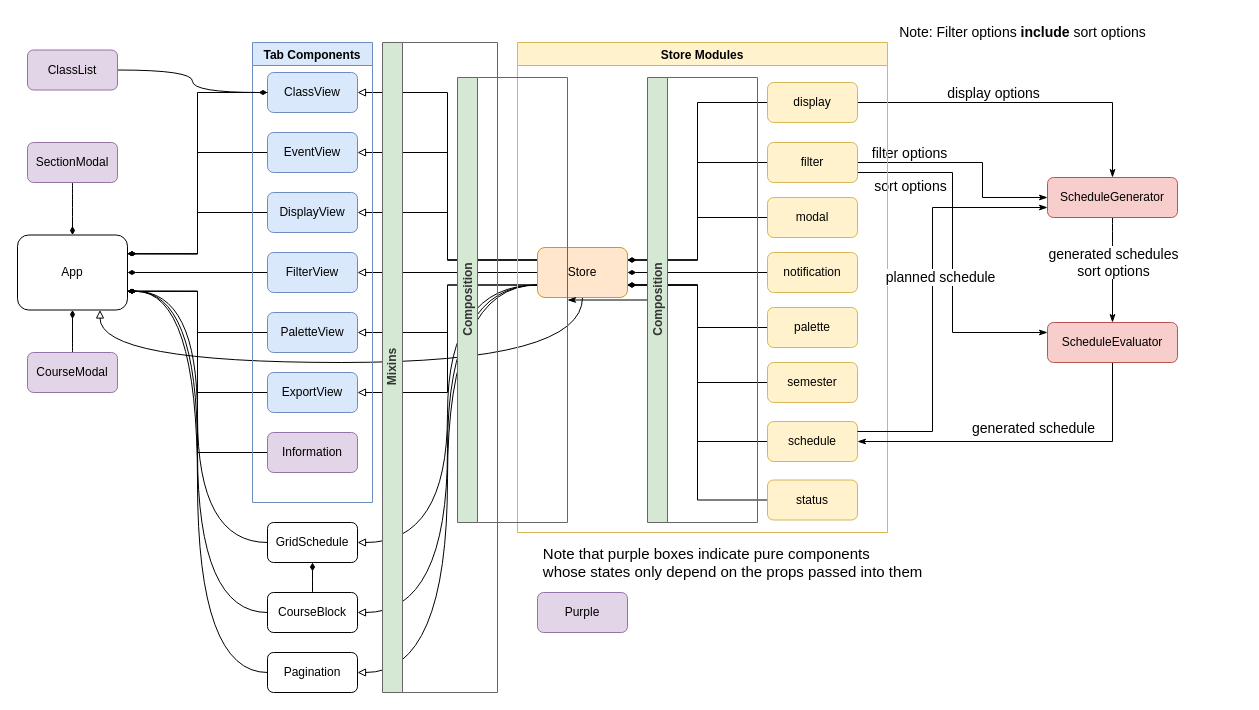
awesome-schedule/plannable keeps this draw.io diagram as docs/Website Architecture.drawio. Above is the earlier version. Source tidied: cells renumbered, new cells numbered last; positions are measured from the earlier drawing's top-left corner, leaving out a move shared by most shapes. Both pictures are drawn from the tidied source at 100%, with x=0, y=0 at pixel (17, 22).
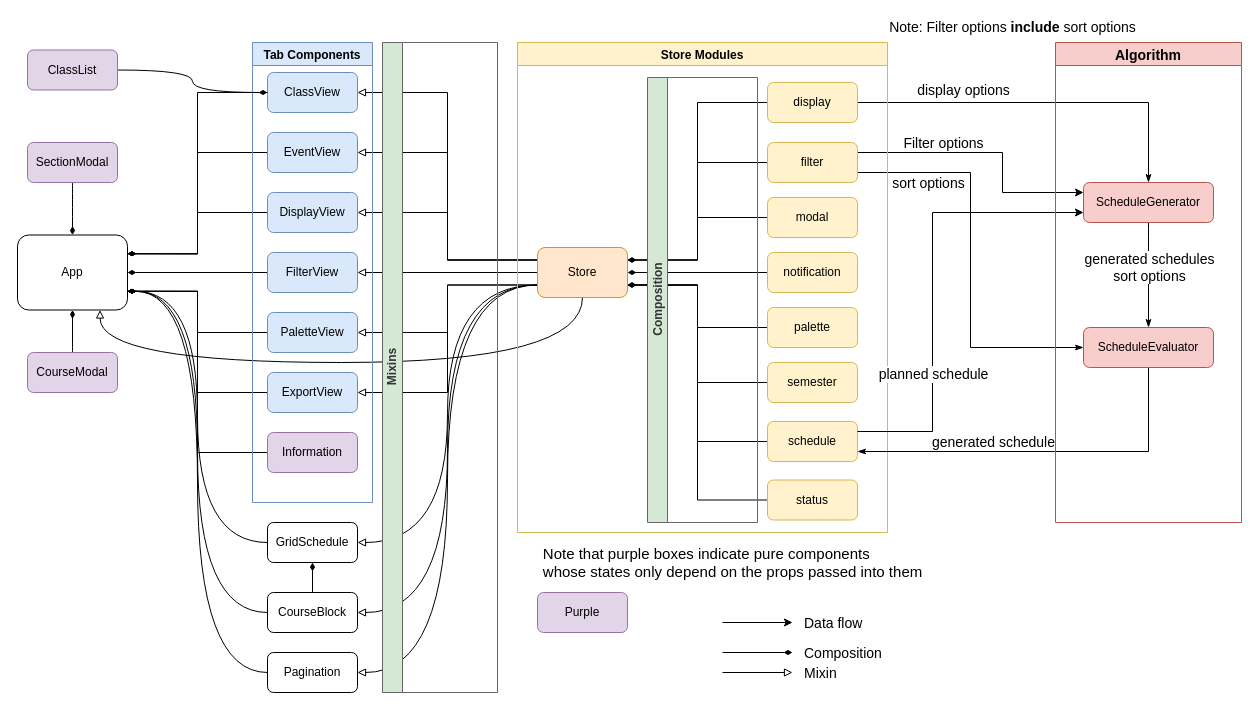
The same diagram, later.

The change refers to these unchanged cells:
```xml
<mxCell id="26" value="filter" style="rounded=1;whiteSpace=wrap;html=1;fillColor=#fff2cc;strokeColor=#d6b656;" parent="1" vertex="1">
  <mxGeometry x="750" y="120" width="90" height="40" as="geometry" />
</mxCell>
<mxCell id="29" style="edgeStyle=orthogonalEdgeStyle;rounded=0;jettySize=auto;html=1;entryX=0.5;entryY=0;entryDx=0;entryDy=0;startArrow=none;startFill=0;endArrow=classicThin;endFill=1;fontSize=15;" parent="1" edge="1" source="31" target="73">
  <mxGeometry relative="1" as="geometry" />
</mxCell>
<mxCell id="49" value="Store Modules" style="swimlane;startSize=23;fillColor=#fff2cc;strokeColor=#d6b656;" parent="1" vertex="1">
  <mxGeometry x="500" y="20" width="370" height="490" as="geometry" />
</mxCell>
<mxCell id="53" value="schedule" style="rounded=1;whiteSpace=wrap;html=1;fillColor=#fff2cc;strokeColor=#d6b656;" parent="49" vertex="1">
  <mxGeometry x="250" y="379" width="90" height="40" as="geometry" />
</mxCell>
<mxCell id="54" value="Composition" style="swimlane;html=1;horizontal=0;startSize=20;fillColor=#D5E8D4;strokeColor=#666666;fontColor=#333333;shadow=0;glass=0;noLabel=0;" parent="49" vertex="1">
  <mxGeometry x="130" y="35" width="110" height="445" as="geometry" />
</mxCell>
```

What changed in the source:
```diff
@@
-    <mxCell id="22" style="edgeStyle=orthogonalEdgeStyle;rounded=0;jettySize=auto;html=1;startArrow=none;startFill=0;endArrow=classicThin;endFill=1;fontSize=14;entryX=0;entryY=0.5;entryDx=0;entryDy=0;" parent="1" edge="1" source="26" target="73">
-      <mxGeometry relative="1" as="geometry">
-        <Array as="points">
-          <mxPoint x="965" y="140" />
-          <mxPoint x="965" y="175" />
-        </Array>
-      </mxGeometry>
-    </mxCell>
-    <mxCell id="23" value="filter options" style="text;html=1;align=center;verticalAlign=middle;labelBackgroundColor=#ffffff;fontSize=14;" parent="22" vertex="1">
-      <mxGeometry x="-0.33" y="11" relative="1" as="geometry">
-        <mxPoint x="-24" y="1" as="offset" />
-      </mxGeometry>
-    </mxCell>
-    <mxCell id="24" style="edgeStyle=orthogonalEdgeStyle;rounded=0;jettySize=auto;html=1;exitX=1;exitY=0.75;exitDx=0;exitDy=0;entryX=0;entryY=0.25;entryDx=0;entryDy=0;startArrow=none;startFill=0;endArrow=classicThin;endFill=1;fontSize=14;" parent="1" edge="1" source="26" target="76">
+    <mxCell id="24" style="edgeStyle=orthogonalEdgeStyle;rounded=0;jettySize=auto;html=1;exitX=1;exitY=0.75;exitDx=0;exitDy=0;entryX=0;entryY=0.5;entryDx=0;entryDy=0;startArrow=none;startFill=0;endArrow=classicThin;endFill=1;fontSize=14;" parent="1" edge="1" source="26" target="76">
       <mxGeometry relative="1" as="geometry" />
     </mxCell>
     <mxCell id="25" value="sort options" style="text;html=1;align=center;verticalAlign=middle;labelBackgroundColor=#ffffff;fontSize=14;" parent="24" vertex="1">
       <mxGeometry x="0.28" y="12" relative="1" as="geometry">
-        <mxPoint x="-55" y="-116" as="offset" />
+        <mxPoint x="-55" y="-134" as="offset" />
       </mxGeometry>
     </mxCell>
+    <mxCell id="22" style="edgeStyle=orthogonalEdgeStyle;rounded=0;jettySize=auto;html=1;exitX=1;exitY=0.25;exitDx=0;exitDy=0;entryX=0;entryY=0.25;entryDx=0;entryDy=0;" parent="1" edge="1" source="26" target="73">
+      <mxGeometry relative="1" as="geometry">
+        <Array as="points">
+          <mxPoint x="985" y="130" />
+          <mxPoint x="985" y="170" />
+        </Array>
+      </mxGeometry>
+    </mxCell>
+    <mxCell id="80" value="Filter options" style="text;html=1;align=center;verticalAlign=middle;labelBackgroundColor=#ffffff;fontSize=14;" parent="22" vertex="1">
+      <mxGeometry x="-0.21" relative="1" as="geometry">
+        <mxPoint x="-20" y="-10" as="offset" />
+      </mxGeometry>
+    </mxCell>
@@
     <mxCell id="30" value="display options" style="text;html=1;align=center;verticalAlign=middle;labelBackgroundColor=#ffffff;fontSize=14;" parent="29" vertex="1">
       <mxGeometry x="0.14" y="1" relative="1" as="geometry">
-        <mxPoint x="-53" y="-9" as="offset" />
+        <mxPoint x="-106" y="-11.5" as="offset" />
       </mxGeometry>
     </mxCell>
@@
-    <mxCell id="50" style="edgeStyle=orthogonalEdgeStyle;rounded=0;jettySize=auto;html=1;startArrow=none;startFill=0;endArrow=classicThin;endFill=1;fontSize=14;" parent="49" edge="1" source="54" target="51">
-      <mxGeometry relative="1" as="geometry" />
-    </mxCell>
-    <mxCell id="51" value="Composition" style="swimlane;html=1;horizontal=0;startSize=20;fillColor=#D5E8D4;strokeColor=#666666;fontColor=#333333;shadow=0;glass=0;noLabel=0;" parent="49" vertex="1">
-      <mxGeometry x="-60" y="35" width="110" height="445" as="geometry" />
-    </mxCell>
@@
     <mxCell id="73" value="ScheduleGenerator" style="rounded=1;whiteSpace=wrap;html=1;fillColor=#f8cecc;strokeColor=#b85450;" parent="1" vertex="1">
-      <mxGeometry x="1030" y="155" width="130" height="40" as="geometry" />
+      <mxGeometry x="1066" y="160" width="130" height="40" as="geometry" />
     </mxCell>
-    <mxCell id="74" style="edgeStyle=orthogonalEdgeStyle;rounded=0;jettySize=auto;html=1;exitX=0.5;exitY=1;exitDx=0;exitDy=0;entryX=1;entryY=0.5;entryDx=0;entryDy=0;startArrow=none;startFill=0;endArrow=classicThin;endFill=1;fontSize=14;" parent="1" edge="1" source="76" target="53">
+    <mxCell id="74" style="edgeStyle=orthogonalEdgeStyle;rounded=0;jettySize=auto;html=1;exitX=0.5;exitY=1;exitDx=0;exitDy=0;entryX=1;entryY=0.75;entryDx=0;entryDy=0;startArrow=none;startFill=0;endArrow=classicThin;endFill=1;fontSize=14;" parent="1" edge="1" source="76" target="53">
       <mxGeometry relative="1" as="geometry" />
     </mxCell>
-    <mxCell id="75" value="generated schedule" style="text;html=1;align=center;verticalAlign=middle;labelBackgroundColor=#ffffff;fontSize=14;" parent="74" vertex="1">
+    <mxCell id="75" value="generated schedule" style="text;html=1;align=center;verticalAlign=middle;labelBackgroundColor=#ffffff;fontSize=14;direction=south;" parent="74" vertex="1">
       <mxGeometry x="-0.09" y="-69" relative="1" as="geometry">
-        <mxPoint x="-7" y="55" as="offset" />
+        <mxPoint x="-69" y="59" as="offset" />
       </mxGeometry>
     </mxCell>
     <mxCell id="76" value="ScheduleEvaluator" style="rounded=1;whiteSpace=wrap;html=1;fillColor=#f8cecc;strokeColor=#b85450;" parent="1" vertex="1">
-      <mxGeometry x="1030" y="300" width="130" height="40" as="geometry" />
+      <mxGeometry x="1066" y="305" width="130" height="40" as="geometry" />
     </mxCell>
     <mxCell id="77" value="Note: Filter options &lt;b&gt;include&lt;/b&gt; sort options" style="text;html=1;align=center;verticalAlign=middle;fillColor=none;strokeColor=none;rounded=0;shadow=0;glass=0;fontSize=14;" parent="1" vertex="1">
-      <mxGeometry x="875" width="260" height="20" as="geometry" />
+      <mxGeometry x="865" y="-5" width="260" height="20" as="geometry" />
     </mxCell>
-    <mxCell id="78" style="edgeStyle=orthogonalEdgeStyle;rounded=0;jettySize=auto;html=1;exitX=1;exitY=0.25;exitDx=0;exitDy=0;entryX=0;entryY=0.75;entryDx=0;entryDy=0;startArrow=none;startFill=0;endArrow=classicThin;endFill=1;fontSize=14;" parent="1" edge="1" source="53" target="73">
+    <mxCell id="78" style="edgeStyle=orthogonalEdgeStyle;rounded=0;jettySize=auto;html=1;exitX=1;exitY=0.25;exitDx=0;exitDy=0;entryX=0;entryY=0.75;entryDx=0;entryDy=0;" parent="1" edge="1" source="53" target="73">
       <mxGeometry relative="1" as="geometry">
         <Array as="points">
           <mxPoint x="915" y="409" />
-          <mxPoint x="915" y="185" />
+          <mxPoint x="915" y="190" />
         </Array>
       </mxGeometry>
     </mxCell>
-    <mxCell id="79" value="planned schedule" style="text;html=1;align=center;verticalAlign=middle;labelBackgroundColor=#ffffff;fontSize=14;" parent="78" vertex="1">
-      <mxGeometry x="0.17" y="-4" relative="1" as="geometry">
-        <mxPoint x="3" y="12" as="offset" />
+    <mxCell id="79" value="&lt;span style=&quot;font-size: 14px;&quot;&gt;planned schedule&lt;/span&gt;" style="text;html=1;align=center;verticalAlign=middle;labelBackgroundColor=#ffffff;fontSize=14;" parent="78" vertex="1">
+      <mxGeometry x="-0.32" relative="1" as="geometry">
+        <mxPoint y="18" as="offset" />
       </mxGeometry>
     </mxCell>
+    <mxCell id="81" style="edgeStyle=orthogonalEdgeStyle;rounded=0;orthogonalLoop=1;jettySize=auto;html=1;fontSize=14;" parent="1" edge="1">
+      <mxGeometry relative="1" as="geometry">
+        <mxPoint x="705" y="600" as="sourcePoint" />
+        <mxPoint x="775" y="600" as="targetPoint" />
+      </mxGeometry>
+    </mxCell>
+    <mxCell id="82" value="Data flow" style="text;html=1;align=left;verticalAlign=top;spacingTop=-4;fontSize=14;" parent="1" vertex="1">
+      <mxGeometry x="785" y="590" width="70" height="20" as="geometry" />
+    </mxCell>
+    <mxCell id="83" style="edgeStyle=orthogonalEdgeStyle;rounded=0;orthogonalLoop=1;jettySize=auto;html=1;fontSize=14;endArrow=diamondThin;endFill=1;" parent="1" edge="1">
+      <mxGeometry relative="1" as="geometry">
+        <mxPoint x="705" y="630" as="sourcePoint" />
+        <mxPoint x="775" y="630" as="targetPoint" />
+      </mxGeometry>
+    </mxCell>
+    <mxCell id="51" value="Composition" style="text;html=1;points=[];align=left;verticalAlign=top;spacingTop=-4;fontSize=14;" parent="1" vertex="1">
+      <mxGeometry x="785" y="620" width="90" height="20" as="geometry" />
+    </mxCell>
+    <mxCell id="84" style="edgeStyle=orthogonalEdgeStyle;rounded=0;orthogonalLoop=1;jettySize=auto;html=1;fontSize=14;endArrow=block;endFill=0;" parent="1" edge="1">
+      <mxGeometry relative="1" as="geometry">
+        <mxPoint x="705" y="650" as="sourcePoint" />
+        <mxPoint x="775" y="650" as="targetPoint" />
+      </mxGeometry>
+    </mxCell>
+    <mxCell id="85" value="Mixin" style="text;html=1;align=left;verticalAlign=top;spacingTop=-4;fontSize=14;" parent="1" vertex="1">
+      <mxGeometry x="785" y="640" width="50" height="20" as="geometry" />
+    </mxCell>
+    <mxCell id="86" value="Algorithm" style="swimlane;fontSize=14;fillColor=#f8cecc;strokeColor=#b85450;" parent="1" vertex="1">
+      <mxGeometry x="1038" y="20" width="186" height="480" as="geometry" />
+    </mxCell>
```
